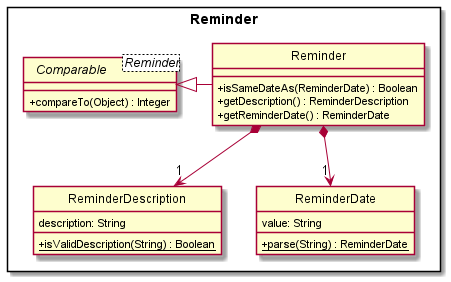
Earlier version of the PlantUML export docs/images/Reminder.png (pyk595/tp).
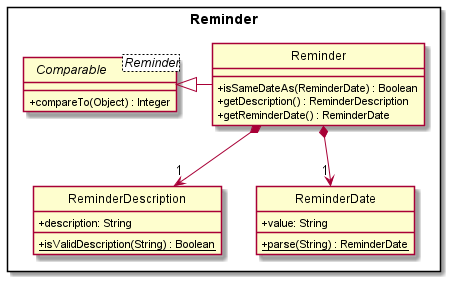
After the change.

What changed in the source:
```diff
@@ -13,12 +13,12 @@
 }
 
 class ReminderDescription {
-description: String
++ description: String
 {static} +isValidDescription(String) : Boolean
 }
 
 class ReminderDate {
-value: String
++ value: String
 {static} +parse(String) : ReminderDate
 }
 
```
